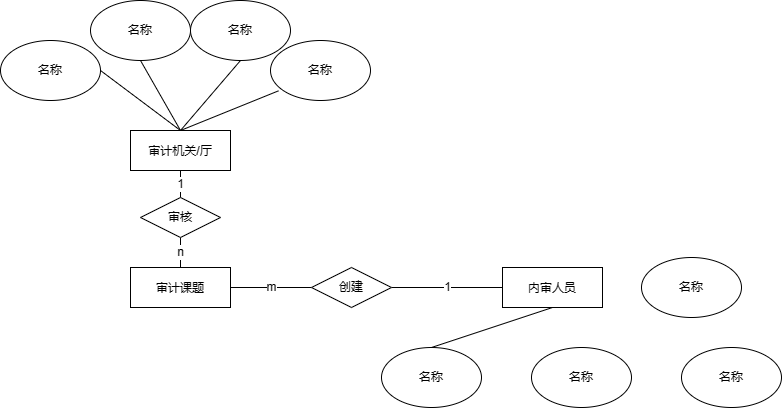
chenxuansoeasy/BERT-pytorch keeps this draw.io diagram as 未命名绘图.drawio.png. Above is the earlier version. Source tidied: cells renumbered, new cells last; positions are measured from the earlier drawing's top-left corner, leaving out a move shared by most shapes.
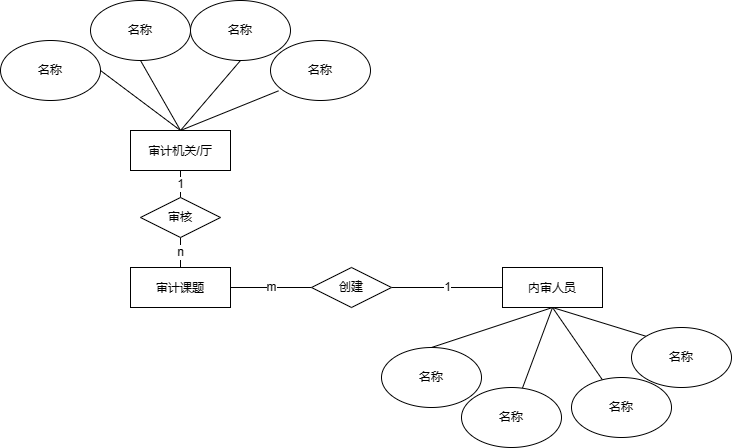
Above is the later version.

Commit message:
更新未命名绘图.drawio.png

The edit, as a diff of the source:
```diff
@@ -41,6 +41,15 @@
     <mxCell id="14" style="rounded=0;jettySize=auto;html=1;exitX=0.5;exitY=1;exitDx=0;exitDy=0;entryX=0.5;entryY=0;entryDx=0;entryDy=0;endArrow=none;endFill=0;" parent="1" edge="1" source="15" target="21">
       <mxGeometry relative="1" as="geometry" />
     </mxCell>
+    <mxCell id="24" style="edgeStyle=none;rounded=0;jettySize=auto;html=1;exitX=0.5;exitY=1;exitDx=0;exitDy=0;endArrow=none;endFill=0;" parent="1" edge="1" source="15" target="20">
+      <mxGeometry relative="1" as="geometry" />
+    </mxCell>
+    <mxCell id="25" style="edgeStyle=none;rounded=0;jettySize=auto;html=1;exitX=0.5;exitY=1;exitDx=0;exitDy=0;endArrow=none;endFill=0;" parent="1" edge="1" source="15" target="22">
+      <mxGeometry relative="1" as="geometry" />
+    </mxCell>
+    <mxCell id="26" style="edgeStyle=none;rounded=0;jettySize=auto;html=1;exitX=0.5;exitY=1;exitDx=0;exitDy=0;entryX=0;entryY=0;entryDx=0;entryDy=0;endArrow=none;endFill=0;" parent="1" edge="1" source="15" target="23">
+      <mxGeometry relative="1" as="geometry" />
+    </mxCell>
     <mxCell id="15" value="&lt;p class=&quot;MsoNormal&quot;&gt;&lt;font face=&quot;Segoe UI&quot;&gt;内审人员&lt;/font&gt;&lt;/p&gt;" style="whiteSpace=wrap;html=1;align=center;" parent="1" vertex="1">
       <mxGeometry x="502" y="267" width="100" height="40" as="geometry" />
     </mxCell>
@@ -57,16 +66,16 @@
       <mxGeometry x="311" y="267" width="80" height="40" as="geometry" />
     </mxCell>
     <mxCell id="20" value="名称" style="ellipse;whiteSpace=wrap;html=1;align=center;" parent="1" vertex="1">
-      <mxGeometry x="531" y="347" width="100" height="60" as="geometry" />
+      <mxGeometry x="461" y="387" width="100" height="60" as="geometry" />
     </mxCell>
     <mxCell id="21" value="名称" style="ellipse;whiteSpace=wrap;html=1;align=center;" parent="1" vertex="1">
       <mxGeometry x="381" y="347" width="100" height="60" as="geometry" />
     </mxCell>
     <mxCell id="22" value="名称" style="ellipse;whiteSpace=wrap;html=1;align=center;" parent="1" vertex="1">
-      <mxGeometry x="681" y="347" width="100" height="60" as="geometry" />
+      <mxGeometry x="571" y="377" width="100" height="60" as="geometry" />
     </mxCell>
     <mxCell id="23" value="名称" style="ellipse;whiteSpace=wrap;html=1;align=center;" parent="1" vertex="1">
-      <mxGeometry x="641" y="257" width="100" height="60" as="geometry" />
+      <mxGeometry x="631" y="327" width="100" height="60" as="geometry" />
     </mxCell>
   </root>
 </mxGraphModel>
```
